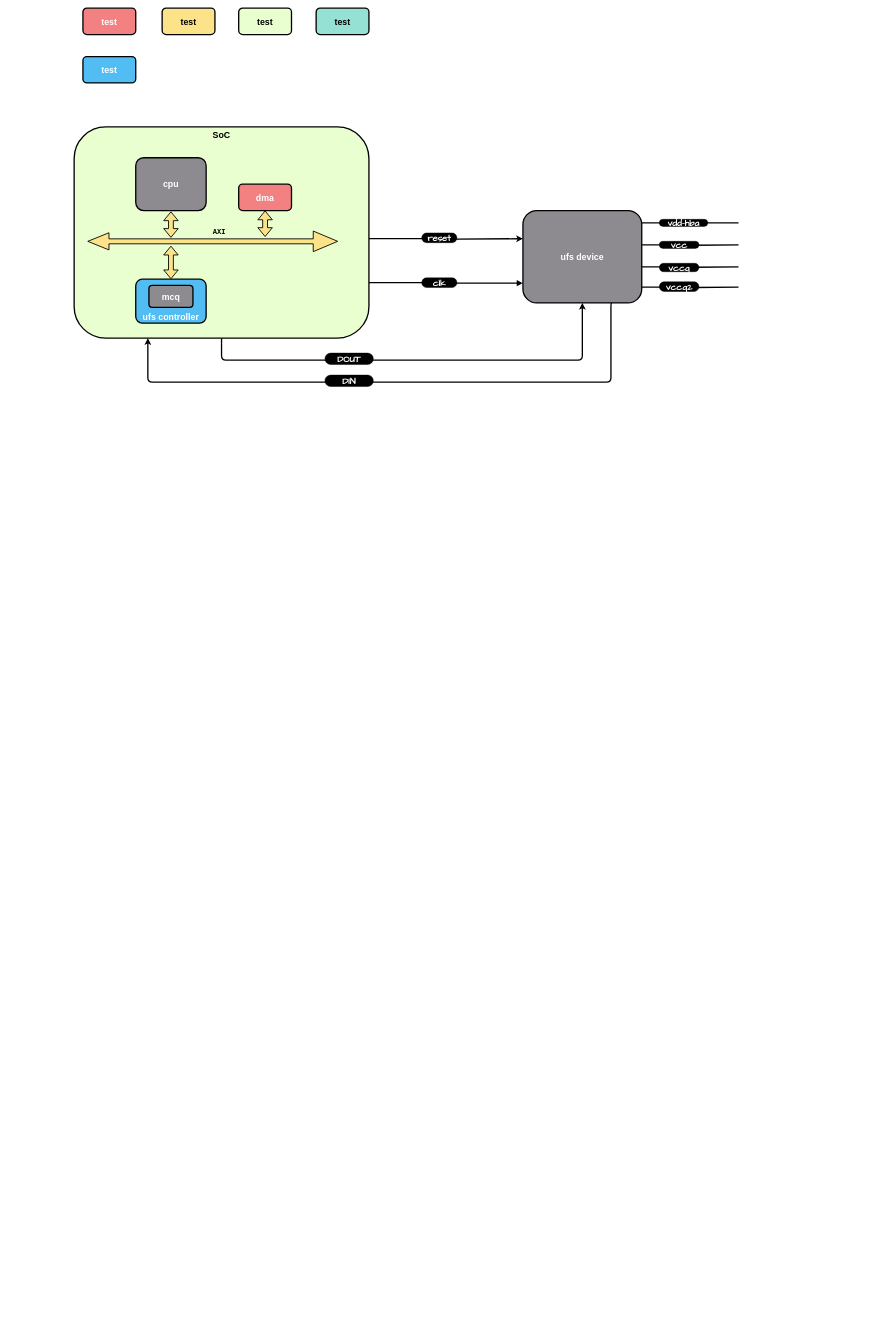
This is ufs.drawio from wdy1996/linux_diagram, a draw.io file, before an edit. Source tidied: cells renumbered, new cells numbered last; positions are measured from the earlier drawing's top-left corner, leaving out a move shared by most shapes. Both pictures are drawn from the tidied source at 44%, with x=0, y=0 at pixel (74, 8).
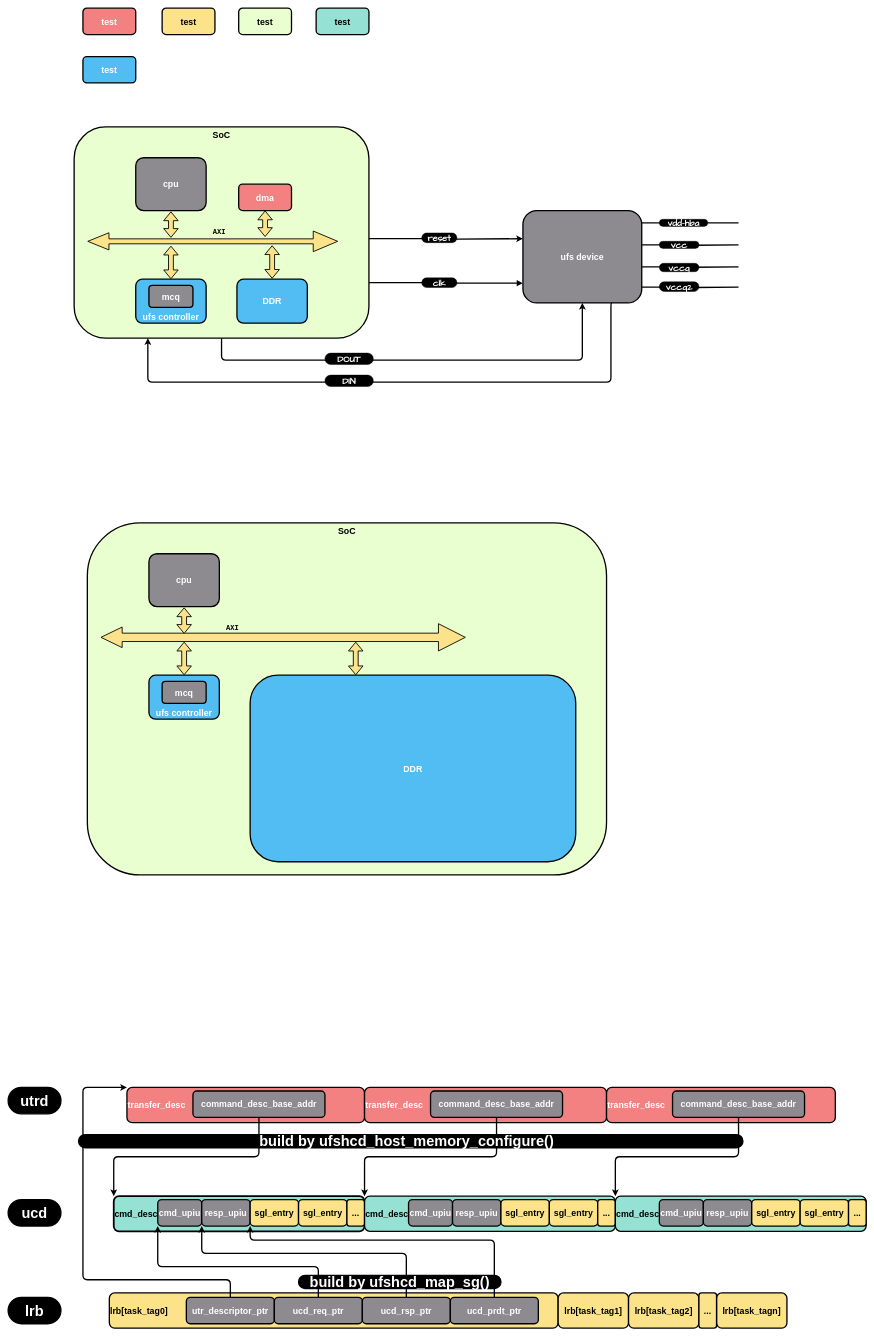
The same diagram, later.

Diff of the diagram source:
```diff
@@
+    <mxCell id="34" value="&lt;font color=&quot;#ffffff&quot; style=&quot;font-size: 20px;&quot;&gt;&lt;b style=&quot;&quot;&gt;DDR&lt;/b&gt;&lt;/font&gt;" style="rounded=1;whiteSpace=wrap;html=1;fillColor=#52BDF2;strokeWidth=3;horizontal=1;verticalAlign=middle;" parent="1" vertex="1">
+      <mxGeometry x="370" y="616" width="160" height="100" as="geometry" />
+    </mxCell>
+    <mxCell id="35" style="shape=flexArrow;endArrow=classic;startArrow=classic;html=1;rounded=0;fillColor=#FCE38A;strokeWidth=2;entryX=0.5;entryY=0;entryDx=0;entryDy=0;" parent="1" edge="1">
+      <mxGeometry relative="1" as="geometry">
+        <mxPoint x="450" y="539" as="sourcePoint" />
+        <mxPoint x="450" y="615" as="targetPoint" />
+      </mxGeometry>
+    </mxCell>
+    <mxCell id="36" value="&lt;span style=&quot;font-size: 20px;&quot;&gt;&lt;b&gt;SoC&lt;/b&gt;&lt;/span&gt;" style="rounded=1;whiteSpace=wrap;html=1;fillColor=#EAFFD0;strokeWidth=3;verticalAlign=top;" parent="1" vertex="1">
+      <mxGeometry x="30" y="1170" width="1180" height="800" as="geometry" />
+    </mxCell>
+    <mxCell id="37" value="&lt;font color=&quot;#ffffff&quot; style=&quot;font-size: 20px;&quot;&gt;&lt;b style=&quot;&quot;&gt;cpu&lt;/b&gt;&lt;/font&gt;" style="rounded=1;whiteSpace=wrap;html=1;fillColor=#8D8B8F;strokeWidth=3;" parent="1" vertex="1">
+      <mxGeometry x="170" y="1240" width="160" height="120" as="geometry" />
+    </mxCell>
+    <mxCell id="38" value="&lt;font color=&quot;#ffffff&quot; style=&quot;font-size: 20px;&quot;&gt;&lt;b style=&quot;&quot;&gt;ufs controller&lt;/b&gt;&lt;/font&gt;" style="rounded=1;whiteSpace=wrap;html=1;fillColor=#52BDF2;strokeWidth=3;horizontal=1;verticalAlign=bottom;" parent="1" vertex="1">
+      <mxGeometry x="170" y="1516" width="160" height="100" as="geometry" />
+    </mxCell>
+    <mxCell id="39" style="shape=flexArrow;endArrow=classic;startArrow=classic;html=1;rounded=0;strokeWidth=2;startWidth=25.714285714285715;startSize=15.382857142857144;endWidth=41;endSize=19.67;width=18;fillColor=#FCE38A;" parent="1" edge="1">
+      <mxGeometry relative="1" as="geometry">
+        <mxPoint x="60" y="1430" as="sourcePoint" />
+        <mxPoint x="890" y="1430" as="targetPoint" />
+      </mxGeometry>
+    </mxCell>
+    <mxCell id="40" value="&lt;font color=&quot;#ffffff&quot; style=&quot;font-size: 20px;&quot;&gt;&lt;b style=&quot;&quot;&gt;mcq&lt;/b&gt;&lt;/font&gt;" style="rounded=1;whiteSpace=wrap;html=1;fillColor=#8D8B8F;strokeWidth=3;" parent="1" vertex="1">
+      <mxGeometry x="200" y="1530" width="100" height="50" as="geometry" />
+    </mxCell>
+    <mxCell id="41" style="shape=flexArrow;endArrow=classic;startArrow=classic;html=1;rounded=0;exitX=0.5;exitY=1;exitDx=0;exitDy=0;fillColor=#FCE38A;strokeWidth=2;" parent="1" edge="1">
+      <mxGeometry relative="1" as="geometry">
+        <mxPoint x="250" y="1362" as="sourcePoint" />
+        <mxPoint x="250" y="1422" as="targetPoint" />
+      </mxGeometry>
+    </mxCell>
+    <mxCell id="42" style="shape=flexArrow;endArrow=classic;startArrow=classic;html=1;rounded=0;fillColor=#FCE38A;strokeWidth=2;entryX=0.5;entryY=0;entryDx=0;entryDy=0;" parent="1" edge="1" target="38">
+      <mxGeometry relative="1" as="geometry">
+        <mxPoint x="250" y="1440" as="sourcePoint" />
+      </mxGeometry>
+    </mxCell>
+    <mxCell id="43" value="AXI" style="text;html=1;align=center;verticalAlign=middle;whiteSpace=wrap;rounded=0;fontFamily=Courier New;fontStyle=1;fontSize=16;" parent="1" vertex="1">
+      <mxGeometry x="330" y="1395" width="60" height="30" as="geometry" />
+    </mxCell>
+    <mxCell id="44" value="&lt;font color=&quot;#ffffff&quot; style=&quot;font-size: 20px;&quot;&gt;&lt;b style=&quot;&quot;&gt;DDR&lt;/b&gt;&lt;/font&gt;" style="rounded=1;whiteSpace=wrap;html=1;fillColor=#52BDF2;strokeWidth=3;horizontal=1;verticalAlign=middle;" parent="1" vertex="1">
+      <mxGeometry x="400" y="1516" width="740" height="424" as="geometry" />
+    </mxCell>
+    <mxCell id="45" style="shape=flexArrow;endArrow=classic;startArrow=classic;html=1;rounded=0;fillColor=#FCE38A;strokeWidth=2;entryX=0.5;entryY=0;entryDx=0;entryDy=0;" parent="1" edge="1">
+      <mxGeometry relative="1" as="geometry">
+        <mxPoint x="640" y="1440" as="sourcePoint" />
+        <mxPoint x="640" y="1516" as="targetPoint" />
+      </mxGeometry>
+    </mxCell>
+    <mxCell id="46" value="&lt;font style=&quot;font-size: 20px;&quot;&gt;&lt;b style=&quot;&quot;&gt;lrb[task_tag0]&lt;/b&gt;&lt;/font&gt;" style="rounded=1;whiteSpace=wrap;html=1;fillColor=#FCE38A;strokeWidth=3;align=left;" parent="1" vertex="1">
+      <mxGeometry x="80" y="2920" width="1020" height="80" as="geometry" />
+    </mxCell>
+    <mxCell id="47" value="&lt;font style=&quot;font-size: 20px;&quot;&gt;&lt;b style=&quot;&quot;&gt;lrb[task_tag1]&lt;/b&gt;&lt;/font&gt;" style="rounded=1;whiteSpace=wrap;html=1;fillColor=#FCE38A;strokeWidth=3;" parent="1" vertex="1">
+      <mxGeometry x="1100" y="2920" width="160" height="80" as="geometry" />
+    </mxCell>
+    <mxCell id="48" value="&lt;font style=&quot;font-size: 20px;&quot;&gt;&lt;b style=&quot;&quot;&gt;lrb[task_tag2]&lt;/b&gt;&lt;/font&gt;" style="rounded=1;whiteSpace=wrap;html=1;fillColor=#FCE38A;strokeWidth=3;" parent="1" vertex="1">
+      <mxGeometry x="1260" y="2920" width="160" height="80" as="geometry" />
+    </mxCell>
+    <mxCell id="49" value="&lt;font style=&quot;font-size: 20px;&quot;&gt;&lt;b style=&quot;&quot;&gt;lrb[task_tagn]&lt;/b&gt;&lt;/font&gt;" style="rounded=1;whiteSpace=wrap;html=1;fillColor=#FCE38A;strokeWidth=3;" parent="1" vertex="1">
+      <mxGeometry x="1460" y="2920" width="160" height="80" as="geometry" />
+    </mxCell>
+    <mxCell id="50" value="&lt;font style=&quot;font-size: 20px;&quot;&gt;&lt;b style=&quot;&quot;&gt;...&lt;/b&gt;&lt;/font&gt;" style="rounded=1;whiteSpace=wrap;html=1;fillColor=#FCE38A;strokeWidth=3;" parent="1" vertex="1">
+      <mxGeometry x="1420" y="2920" width="40" height="80" as="geometry" />
+    </mxCell>
+    <mxCell id="51" value="&lt;font style=&quot;font-size: 20px;&quot; color=&quot;#ffffff&quot;&gt;&lt;b style=&quot;&quot;&gt;transfer_desc&lt;/b&gt;&lt;/font&gt;" style="rounded=1;whiteSpace=wrap;html=1;fillColor=#F38181;strokeWidth=3;align=left;" parent="1" vertex="1">
+      <mxGeometry x="120" y="2453" width="540" height="80" as="geometry" />
+    </mxCell>
+    <mxCell id="52" value="&lt;font style=&quot;font-size: 20px;&quot;&gt;&lt;b style=&quot;&quot;&gt;cmd_desc&lt;/b&gt;&lt;/font&gt;" style="rounded=1;whiteSpace=wrap;html=1;fillColor=#95E1D3;strokeWidth=4;align=left;" parent="1" vertex="1">
+      <mxGeometry x="90" y="2700" width="570" height="80" as="geometry" />
+    </mxCell>
+    <mxCell id="53" value="&lt;font color=&quot;#ffffff&quot;&gt;&lt;span style=&quot;font-size: 20px;&quot;&gt;&lt;b&gt;command_desc_base_addr&lt;/b&gt;&lt;/span&gt;&lt;/font&gt;" style="rounded=1;whiteSpace=wrap;html=1;fillColor=#8D8B8F;strokeWidth=3;" parent="1" vertex="1">
+      <mxGeometry x="270" y="2461" width="300" height="60" as="geometry" />
+    </mxCell>
+    <mxCell id="54" value="&lt;font color=&quot;#ffffff&quot;&gt;&lt;span style=&quot;font-size: 20px;&quot;&gt;&lt;b&gt;cmd_upiu&lt;/b&gt;&lt;/span&gt;&lt;/font&gt;" style="rounded=1;whiteSpace=wrap;html=1;fillColor=#8D8B8F;strokeWidth=3;" parent="1" vertex="1">
+      <mxGeometry x="190" y="2708" width="100" height="60" as="geometry" />
+    </mxCell>
+    <mxCell id="55" value="&lt;span style=&quot;font-size: 20px;&quot;&gt;&lt;b style=&quot;&quot;&gt;&lt;font color=&quot;#ffffff&quot;&gt;resp_upiu&lt;/font&gt;&lt;/b&gt;&lt;/span&gt;" style="rounded=1;whiteSpace=wrap;html=1;fillColor=#8D8B8F;strokeWidth=3;" parent="1" vertex="1">
+      <mxGeometry x="290" y="2708" width="110" height="60" as="geometry" />
+    </mxCell>
+    <mxCell id="56" value="&lt;span style=&quot;font-size: 20px;&quot;&gt;&lt;b style=&quot;&quot;&gt;sgl_entry&lt;/b&gt;&lt;/span&gt;" style="rounded=1;whiteSpace=wrap;html=1;fillColor=#FCE38A;strokeWidth=3;" parent="1" vertex="1">
+      <mxGeometry x="400" y="2708" width="110" height="60" as="geometry" />
+    </mxCell>
+    <mxCell id="57" value="&lt;span style=&quot;font-size: 20px;&quot;&gt;&lt;b style=&quot;&quot;&gt;sgl_entry&lt;/b&gt;&lt;/span&gt;" style="rounded=1;whiteSpace=wrap;html=1;fillColor=#FCE38A;strokeWidth=3;" parent="1" vertex="1">
+      <mxGeometry x="510" y="2708" width="110" height="60" as="geometry" />
+    </mxCell>
+    <mxCell id="58" value="&lt;span style=&quot;font-size: 20px;&quot;&gt;&lt;b style=&quot;&quot;&gt;...&lt;/b&gt;&lt;/span&gt;" style="rounded=1;whiteSpace=wrap;html=1;fillColor=#FCE38A;strokeWidth=3;" parent="1" vertex="1">
+      <mxGeometry x="620" y="2708" width="40" height="60" as="geometry" />
+    </mxCell>
+    <mxCell id="59" style="edgeStyle=orthogonalEdgeStyle;rounded=1;jettySize=auto;html=1;entryX=0;entryY=0;entryDx=0;entryDy=0;strokeWidth=3;curved=0;" parent="1" edge="1" source="53" target="52">
+      <mxGeometry relative="1" as="geometry" />
+    </mxCell>
+    <mxCell id="60" value="&lt;font style=&quot;font-size: 20px;&quot; color=&quot;#ffffff&quot;&gt;&lt;b style=&quot;&quot;&gt;transfer_desc&lt;/b&gt;&lt;/font&gt;" style="rounded=1;whiteSpace=wrap;html=1;fillColor=#F38181;strokeWidth=3;align=left;" parent="1" vertex="1">
+      <mxGeometry x="660" y="2453" width="550" height="80" as="geometry" />
+    </mxCell>
+    <mxCell id="61" style="edgeStyle=orthogonalEdgeStyle;shape=connector;curved=0;rounded=1;jettySize=auto;html=1;entryX=0;entryY=0;entryDx=0;entryDy=0;strokeColor=default;strokeWidth=3;align=center;verticalAlign=middle;fontFamily=Helvetica;fontSize=11;fontColor=default;labelBackgroundColor=default;endArrow=classic;" parent="1" edge="1" source="62" target="66">
+      <mxGeometry relative="1" as="geometry" />
+    </mxCell>
+    <mxCell id="62" value="&lt;font color=&quot;#ffffff&quot;&gt;&lt;span style=&quot;font-size: 20px;&quot;&gt;&lt;b&gt;command_desc_base_addr&lt;/b&gt;&lt;/span&gt;&lt;/font&gt;" style="rounded=1;whiteSpace=wrap;html=1;fillColor=#8D8B8F;strokeWidth=3;" parent="1" vertex="1">
+      <mxGeometry x="810" y="2461" width="300" height="60" as="geometry" />
+    </mxCell>
+    <mxCell id="63" value="&lt;font style=&quot;font-size: 20px;&quot; color=&quot;#ffffff&quot;&gt;&lt;b style=&quot;&quot;&gt;transfer_desc&lt;/b&gt;&lt;/font&gt;" style="rounded=1;whiteSpace=wrap;html=1;fillColor=#F38181;strokeWidth=3;align=left;" parent="1" vertex="1">
+      <mxGeometry x="1210" y="2453" width="520" height="80" as="geometry" />
+    </mxCell>
+    <mxCell id="64" style="edgeStyle=orthogonalEdgeStyle;shape=connector;curved=0;rounded=1;jettySize=auto;html=1;entryX=0;entryY=0;entryDx=0;entryDy=0;strokeColor=default;strokeWidth=3;align=center;verticalAlign=middle;fontFamily=Helvetica;fontSize=11;fontColor=default;labelBackgroundColor=default;endArrow=classic;" parent="1" edge="1" source="65" target="72">
+      <mxGeometry relative="1" as="geometry" />
+    </mxCell>
+    <mxCell id="65" value="&lt;font color=&quot;#ffffff&quot;&gt;&lt;span style=&quot;font-size: 20px;&quot;&gt;&lt;b&gt;command_desc_base_addr&lt;/b&gt;&lt;/span&gt;&lt;/font&gt;" style="rounded=1;whiteSpace=wrap;html=1;fillColor=#8D8B8F;strokeWidth=3;" parent="1" vertex="1">
+      <mxGeometry x="1360" y="2461" width="300" height="60" as="geometry" />
+    </mxCell>
+    <mxCell id="66" value="&lt;font style=&quot;font-size: 20px;&quot;&gt;&lt;b style=&quot;&quot;&gt;cmd_desc&lt;/b&gt;&lt;/font&gt;" style="rounded=1;whiteSpace=wrap;html=1;fillColor=#95E1D3;strokeWidth=3;align=left;" parent="1" vertex="1">
+      <mxGeometry x="660" y="2700" width="570" height="80" as="geometry" />
+    </mxCell>
+    <mxCell id="67" value="&lt;font color=&quot;#ffffff&quot;&gt;&lt;span style=&quot;font-size: 20px;&quot;&gt;&lt;b&gt;cmd_upiu&lt;/b&gt;&lt;/span&gt;&lt;/font&gt;" style="rounded=1;whiteSpace=wrap;html=1;fillColor=#8D8B8F;strokeWidth=3;" parent="1" vertex="1">
+      <mxGeometry x="760" y="2708" width="100" height="60" as="geometry" />
+    </mxCell>
+    <mxCell id="68" value="&lt;span style=&quot;font-size: 20px;&quot;&gt;&lt;b style=&quot;&quot;&gt;&lt;font color=&quot;#ffffff&quot;&gt;resp_upiu&lt;/font&gt;&lt;/b&gt;&lt;/span&gt;" style="rounded=1;whiteSpace=wrap;html=1;fillColor=#8D8B8F;strokeWidth=3;" parent="1" vertex="1">
+      <mxGeometry x="860" y="2708" width="110" height="60" as="geometry" />
+    </mxCell>
+    <mxCell id="69" value="&lt;span style=&quot;font-size: 20px;&quot;&gt;&lt;b style=&quot;&quot;&gt;sgl_entry&lt;/b&gt;&lt;/span&gt;" style="rounded=1;whiteSpace=wrap;html=1;fillColor=#FCE38A;strokeWidth=3;" parent="1" vertex="1">
+      <mxGeometry x="970" y="2708" width="110" height="60" as="geometry" />
+    </mxCell>
+    <mxCell id="70" value="&lt;span style=&quot;font-size: 20px;&quot;&gt;&lt;b style=&quot;&quot;&gt;sgl_entry&lt;/b&gt;&lt;/span&gt;" style="rounded=1;whiteSpace=wrap;html=1;fillColor=#FCE38A;strokeWidth=3;" parent="1" vertex="1">
+      <mxGeometry x="1080" y="2708" width="110" height="60" as="geometry" />
+    </mxCell>
+    <mxCell id="71" value="&lt;span style=&quot;font-size: 20px;&quot;&gt;&lt;b style=&quot;&quot;&gt;...&lt;/b&gt;&lt;/span&gt;" style="rounded=1;whiteSpace=wrap;html=1;fillColor=#FCE38A;strokeWidth=3;" parent="1" vertex="1">
+      <mxGeometry x="1190" y="2708" width="40" height="60" as="geometry" />
+    </mxCell>
+    <mxCell id="72" value="&lt;font style=&quot;font-size: 20px;&quot;&gt;&lt;b style=&quot;&quot;&gt;cmd_desc&lt;/b&gt;&lt;/font&gt;" style="rounded=1;whiteSpace=wrap;html=1;fillColor=#95E1D3;strokeWidth=3;align=left;" parent="1" vertex="1">
+      <mxGeometry x="1230" y="2700" width="570" height="80" as="geometry" />
+    </mxCell>
+    <mxCell id="73" value="&lt;font color=&quot;#ffffff&quot;&gt;&lt;span style=&quot;font-size: 20px;&quot;&gt;&lt;b&gt;cmd_upiu&lt;/b&gt;&lt;/span&gt;&lt;/font&gt;" style="rounded=1;whiteSpace=wrap;html=1;fillColor=#8D8B8F;strokeWidth=3;" parent="1" vertex="1">
+      <mxGeometry x="1330" y="2708" width="100" height="60" as="geometry" />
+    </mxCell>
+    <mxCell id="74" value="&lt;span style=&quot;font-size: 20px;&quot;&gt;&lt;b style=&quot;&quot;&gt;&lt;font color=&quot;#ffffff&quot;&gt;resp_upiu&lt;/font&gt;&lt;/b&gt;&lt;/span&gt;" style="rounded=1;whiteSpace=wrap;html=1;fillColor=#8D8B8F;strokeWidth=3;" parent="1" vertex="1">
+      <mxGeometry x="1430" y="2708" width="110" height="60" as="geometry" />
+    </mxCell>
+    <mxCell id="75" value="&lt;span style=&quot;font-size: 20px;&quot;&gt;&lt;b style=&quot;&quot;&gt;sgl_entry&lt;/b&gt;&lt;/span&gt;" style="rounded=1;whiteSpace=wrap;html=1;fillColor=#FCE38A;strokeWidth=3;" parent="1" vertex="1">
+      <mxGeometry x="1540" y="2708" width="110" height="60" as="geometry" />
+    </mxCell>
+    <mxCell id="76" value="&lt;span style=&quot;font-size: 20px;&quot;&gt;&lt;b style=&quot;&quot;&gt;sgl_entry&lt;/b&gt;&lt;/span&gt;" style="rounded=1;whiteSpace=wrap;html=1;fillColor=#FCE38A;strokeWidth=3;" parent="1" vertex="1">
+      <mxGeometry x="1650" y="2708" width="110" height="60" as="geometry" />
+    </mxCell>
+    <mxCell id="77" value="&lt;span style=&quot;font-size: 20px;&quot;&gt;&lt;b style=&quot;&quot;&gt;...&lt;/b&gt;&lt;/span&gt;" style="rounded=1;whiteSpace=wrap;html=1;fillColor=#FCE38A;strokeWidth=3;" parent="1" vertex="1">
+      <mxGeometry x="1760" y="2708" width="40" height="60" as="geometry" />
+    </mxCell>
+    <mxCell id="78" style="edgeStyle=orthogonalEdgeStyle;shape=connector;curved=0;rounded=1;jettySize=auto;html=1;entryX=0;entryY=0;entryDx=0;entryDy=0;strokeColor=default;strokeWidth=3;align=center;verticalAlign=middle;fontFamily=Helvetica;fontSize=11;fontColor=default;labelBackgroundColor=default;endArrow=classic;" parent="1" edge="1" source="79" target="51">
+      <mxGeometry relative="1" as="geometry">
+        <Array as="points">
+          <mxPoint x="355" y="2890" />
+          <mxPoint x="20" y="2890" />
+          <mxPoint x="20" y="2453" />
+        </Array>
+      </mxGeometry>
+    </mxCell>
+    <mxCell id="79" value="&lt;font color=&quot;#ffffff&quot;&gt;&lt;span style=&quot;font-size: 20px;&quot;&gt;&lt;b&gt;utr_descriptor_ptr&lt;/b&gt;&lt;/span&gt;&lt;/font&gt;" style="rounded=1;whiteSpace=wrap;html=1;fillColor=#8D8B8F;strokeWidth=3;" parent="1" vertex="1">
+      <mxGeometry x="255" y="2930" width="200" height="60" as="geometry" />
+    </mxCell>
+    <mxCell id="80" style="edgeStyle=orthogonalEdgeStyle;shape=connector;curved=0;rounded=1;jettySize=auto;html=1;entryX=0;entryY=1;entryDx=0;entryDy=0;strokeColor=default;strokeWidth=3;align=center;verticalAlign=middle;fontFamily=Helvetica;fontSize=11;fontColor=default;labelBackgroundColor=default;endArrow=classic;" parent="1" edge="1" source="81" target="54">
+      <mxGeometry relative="1" as="geometry">
+        <Array as="points">
+          <mxPoint x="555" y="2860" />
+          <mxPoint x="190" y="2860" />
+        </Array>
+      </mxGeometry>
+    </mxCell>
+    <mxCell id="81" value="&lt;font color=&quot;#ffffff&quot;&gt;&lt;span style=&quot;font-size: 20px;&quot;&gt;&lt;b&gt;ucd_req_ptr&lt;/b&gt;&lt;/span&gt;&lt;/font&gt;" style="rounded=1;whiteSpace=wrap;html=1;fillColor=#8D8B8F;strokeWidth=3;" parent="1" vertex="1">
+      <mxGeometry x="455" y="2930" width="200" height="60" as="geometry" />
+    </mxCell>
+    <mxCell id="82" style="edgeStyle=orthogonalEdgeStyle;shape=connector;curved=0;rounded=1;jettySize=auto;html=1;entryX=0;entryY=1;entryDx=0;entryDy=0;strokeColor=default;strokeWidth=3;align=center;verticalAlign=middle;fontFamily=Helvetica;fontSize=11;fontColor=default;labelBackgroundColor=default;endArrow=classic;" parent="1" edge="1" source="83" target="55">
+      <mxGeometry relative="1" as="geometry">
+        <Array as="points">
+          <mxPoint x="755" y="2830" />
+          <mxPoint x="290" y="2830" />
+        </Array>
+      </mxGeometry>
+    </mxCell>
+    <mxCell id="83" value="&lt;font color=&quot;#ffffff&quot;&gt;&lt;span style=&quot;font-size: 20px;&quot;&gt;&lt;b&gt;ucd_rsp_ptr&lt;/b&gt;&lt;/span&gt;&lt;/font&gt;" style="rounded=1;whiteSpace=wrap;html=1;fillColor=#8D8B8F;strokeWidth=3;" parent="1" vertex="1">
+      <mxGeometry x="655" y="2930" width="200" height="60" as="geometry" />
+    </mxCell>
+    <mxCell id="84" style="edgeStyle=orthogonalEdgeStyle;shape=connector;curved=0;rounded=1;jettySize=auto;html=1;entryX=0;entryY=1;entryDx=0;entryDy=0;strokeColor=default;strokeWidth=3;align=center;verticalAlign=middle;fontFamily=Helvetica;fontSize=11;fontColor=default;labelBackgroundColor=default;endArrow=classic;" parent="1" edge="1" source="85" target="56">
+      <mxGeometry relative="1" as="geometry">
+        <Array as="points">
+          <mxPoint x="955" y="2800" />
+          <mxPoint x="400" y="2800" />
+        </Array>
+      </mxGeometry>
+    </mxCell>
+    <mxCell id="85" value="&lt;font color=&quot;#ffffff&quot;&gt;&lt;span style=&quot;font-size: 20px;&quot;&gt;&lt;b&gt;ucd_prdt_ptr&lt;/b&gt;&lt;/span&gt;&lt;/font&gt;" style="rounded=1;whiteSpace=wrap;html=1;fillColor=#8D8B8F;strokeWidth=3;" parent="1" vertex="1">
+      <mxGeometry x="855" y="2930" width="200" height="60" as="geometry" />
+    </mxCell>
+    <mxCell id="86" value="&lt;font color=&quot;#ffffff&quot;&gt;&lt;b&gt;lrb&lt;/b&gt;&lt;/font&gt;" style="rounded=1;whiteSpace=wrap;html=1;fillColor=#000000;strokeWidth=3;fontFamily=Helvetica;fontSize=33;fontColor=default;labelBackgroundColor=none;arcSize=50;" parent="1" vertex="1">
+      <mxGeometry x="-150" y="2930" width="120" height="60" as="geometry" />
+    </mxCell>
+    <mxCell id="87" value="&lt;font color=&quot;#ffffff&quot;&gt;&lt;b&gt;utrd&lt;/b&gt;&lt;/font&gt;" style="rounded=1;whiteSpace=wrap;html=1;fillColor=#000000;strokeWidth=3;fontFamily=Helvetica;fontSize=33;fontColor=default;labelBackgroundColor=none;arcSize=50;" parent="1" vertex="1">
+      <mxGeometry x="-150" y="2453" width="120" height="60" as="geometry" />
+    </mxCell>
+    <mxCell id="88" value="&lt;font color=&quot;#ffffff&quot;&gt;&lt;b&gt;ucd&lt;/b&gt;&lt;/font&gt;" style="rounded=1;whiteSpace=wrap;html=1;fillColor=#000000;strokeWidth=3;fontFamily=Helvetica;fontSize=33;fontColor=default;labelBackgroundColor=none;arcSize=50;" parent="1" vertex="1">
+      <mxGeometry x="-150" y="2708" width="120" height="60" as="geometry" />
+    </mxCell>
+    <mxCell id="89" value="&lt;font color=&quot;#ffffff&quot;&gt;&lt;b&gt;build by ufshcd_map_sg()&lt;/b&gt;&lt;/font&gt;" style="rounded=1;whiteSpace=wrap;html=1;fillColor=#000000;strokeWidth=3;fontFamily=Helvetica;fontSize=33;fontColor=default;labelBackgroundColor=none;arcSize=50;" parent="1" vertex="1">
+      <mxGeometry x="510" y="2880" width="460" height="30" as="geometry" />
+    </mxCell>
+    <mxCell id="90" value="&lt;font color=&quot;#ffffff&quot;&gt;&lt;b&gt;build by ufshcd_host_memory_configure()&amp;nbsp;&amp;nbsp;&lt;/b&gt;&lt;/font&gt;" style="rounded=1;whiteSpace=wrap;html=1;fillColor=#000000;strokeWidth=3;fontFamily=Helvetica;fontSize=33;fontColor=default;labelBackgroundColor=none;arcSize=50;" parent="1" vertex="1">
+      <mxGeometry x="10" y="2560" width="1510" height="30" as="geometry" />
+    </mxCell>
```
